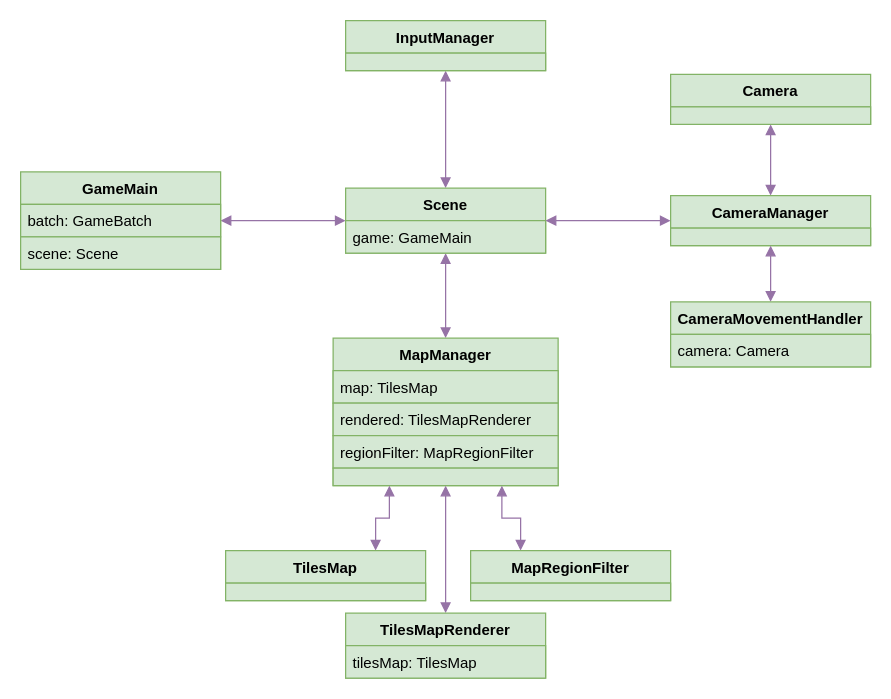
The draw.io diagram uml/Diagram.drawio in Tonio993/bad-luck-simulator, before the edit. Source tidied: cells renumbered, new cells numbered last; positions are measured from the earlier drawing's top-left corner, leaving out a move shared by most shapes. Both pictures are drawn from the tidied source at 125%, with x=0, y=0 at pixel (20, 20).
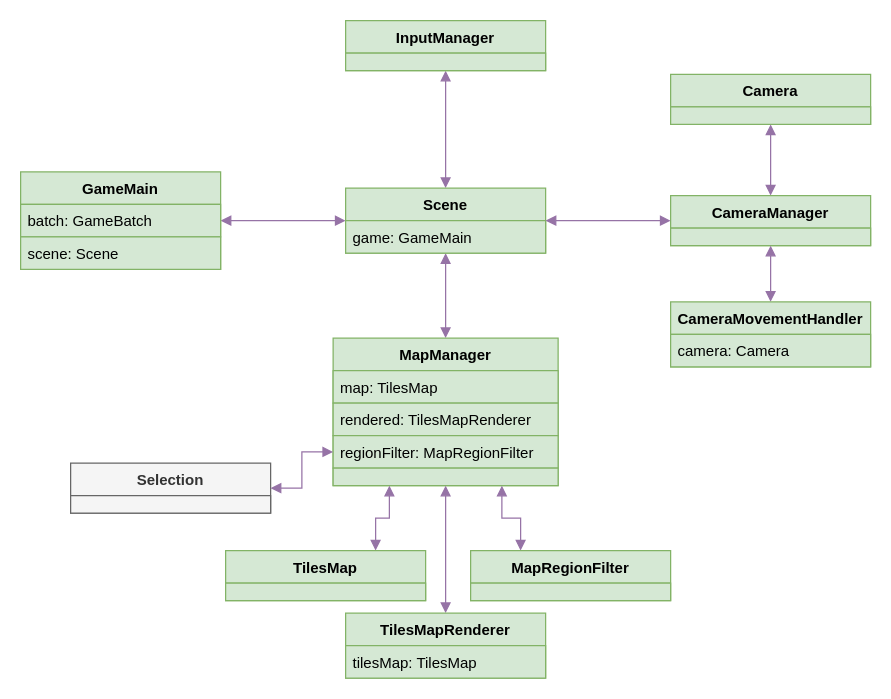
The same page after the edit.

Unchanged cells that the change refers to:
```xml
<mxCell id="16" value="regionFilter: MapRegionFilter" style="text;align=left;verticalAlign=top;spacingLeft=4;spacingRight=4;overflow=hidden;points=[[0,0.5],[1,0.5]];portConstraint=eastwest;fillColor=#d5e8d4;strokeColor=#82b366;" parent="13" vertex="1">
  <mxGeometry y="78" width="180" height="26" as="geometry" />
</mxCell>
```

What changed in the source:
```diff
@@
+    <mxCell id="35" value="Selection" style="swimlane;fontStyle=1;align=center;verticalAlign=top;horizontal=1;startSize=26;fillColor=#f5f5f5;strokeColor=#666666;fontColor=#333333;" parent="1" vertex="1">
+      <mxGeometry x="40" y="354" width="160" height="40" as="geometry" />
+    </mxCell>
+    <mxCell id="36" style="text;strokeColor=#666666;fillColor=#f5f5f5;align=left;verticalAlign=middle;spacingTop=-1;spacingLeft=4;spacingRight=4;labelPosition=right;fontColor=#333333;" parent="35" vertex="1">
+      <mxGeometry y="26" width="160" height="14" as="geometry" />
+    </mxCell>
+    <mxCell id="37" style="edgeStyle=orthogonalEdgeStyle;rounded=0;jettySize=auto;html=1;startArrow=block;startFill=1;endArrow=block;endFill=1;fillColor=#e1d5e7;strokeColor=#9673a6;entryX=0;entryY=0.5;entryDx=0;entryDy=0;" parent="1" edge="1" source="35" target="16">
+      <mxGeometry relative="1" as="geometry" />
+    </mxCell>
```
